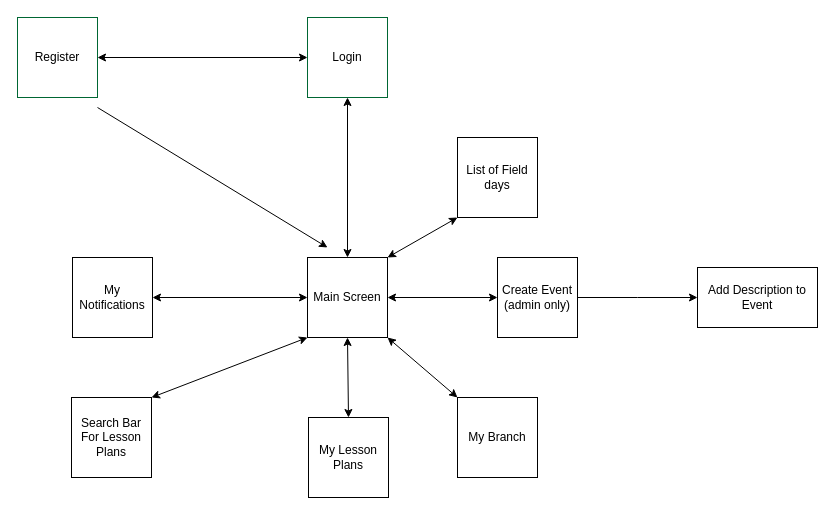
Before: System_Engineering/Untitled Diagram.drawio in zeproisme/ManigutMadayit, a draw.io diagram. Source tidied: cells renumbered, new cells numbered last; positions are measured from the earlier drawing's top-left corner, leaving out a move shared by most shapes. Both pictures are drawn from the tidied source at 100%, with x=0, y=0 at pixel (17, 17).
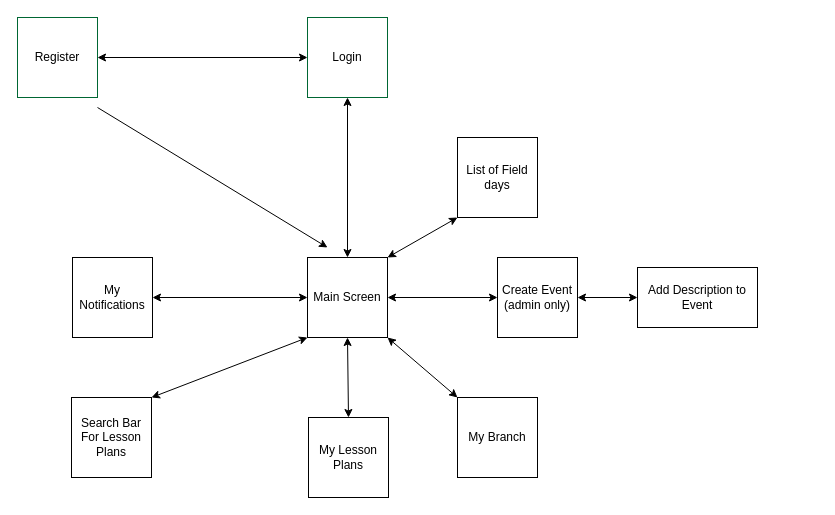
Above is the later version.

Commit message:
Screens_flow_chart_10.1.24

Unchanged cells that the change refers to:
```xml
<mxCell id="10" value="Create Event&lt;br&gt;(admin only)" style="whiteSpace=wrap;html=1;" parent="1" vertex="1">
  <mxGeometry x="480" y="240" width="80" height="80" as="geometry" />
</mxCell>
```

What changed in the source:
```diff
@@
-    <mxCell id="9" style="edgeStyle=orthogonalEdgeStyle;rounded=0;jettySize=auto;html=1;exitX=1;exitY=0.5;exitDx=0;exitDy=0;" parent="1" edge="1" source="10">
-      <mxGeometry relative="1" as="geometry">
-        <mxPoint x="680" y="280" as="targetPoint" />
-      </mxGeometry>
-    </mxCell>
@@
     <mxCell id="21" value="Add Description to Event" style="rounded=0;whiteSpace=wrap;html=1;" parent="1" vertex="1">
-      <mxGeometry x="680" y="250" width="120" height="60" as="geometry" />
+      <mxGeometry x="620" y="250" width="120" height="60" as="geometry" />
     </mxCell>
+    <mxCell id="22" style="endArrow=classic;startArrow=classic;html=1;rounded=0;entryX=0;entryY=0.5;entryDx=0;entryDy=0;exitX=1;exitY=0.5;exitDx=0;exitDy=0;" parent="1" edge="1" source="10" target="21">
+      <mxGeometry relative="1" as="geometry" />
+    </mxCell>
```
